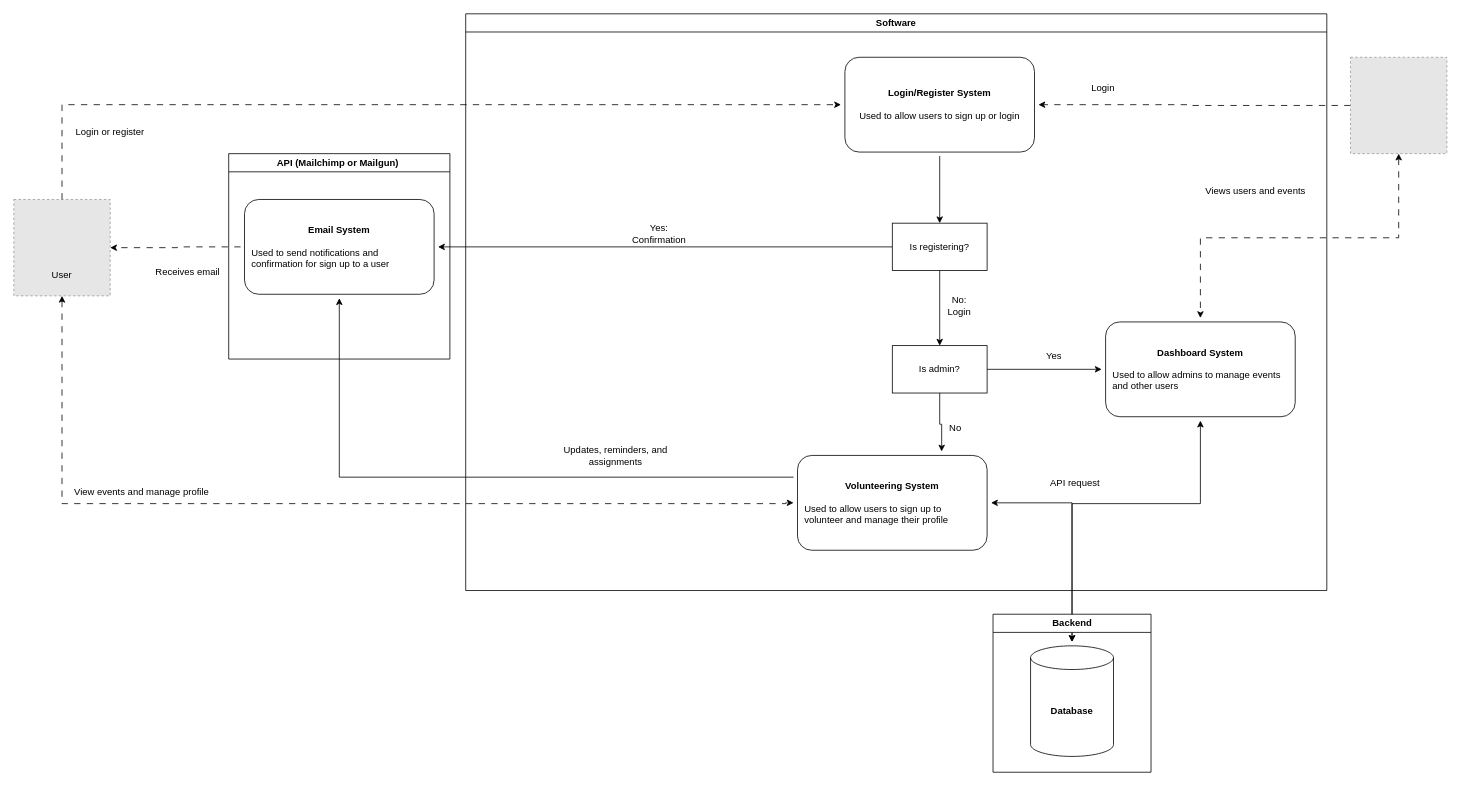
Before: COSC4353.drawio in grapejuices/COSC4353-Group30, a draw.io diagram. Source tidied: cells renumbered, new cells numbered last; positions are measured from the earlier drawing's top-left corner, leaving out a move shared by most shapes. Both pictures are drawn from the tidied source at 79%, with x=0, y=0 at pixel (13, 13). Pictures stored in the file or linked from it are replaced by grey dashed boxes.
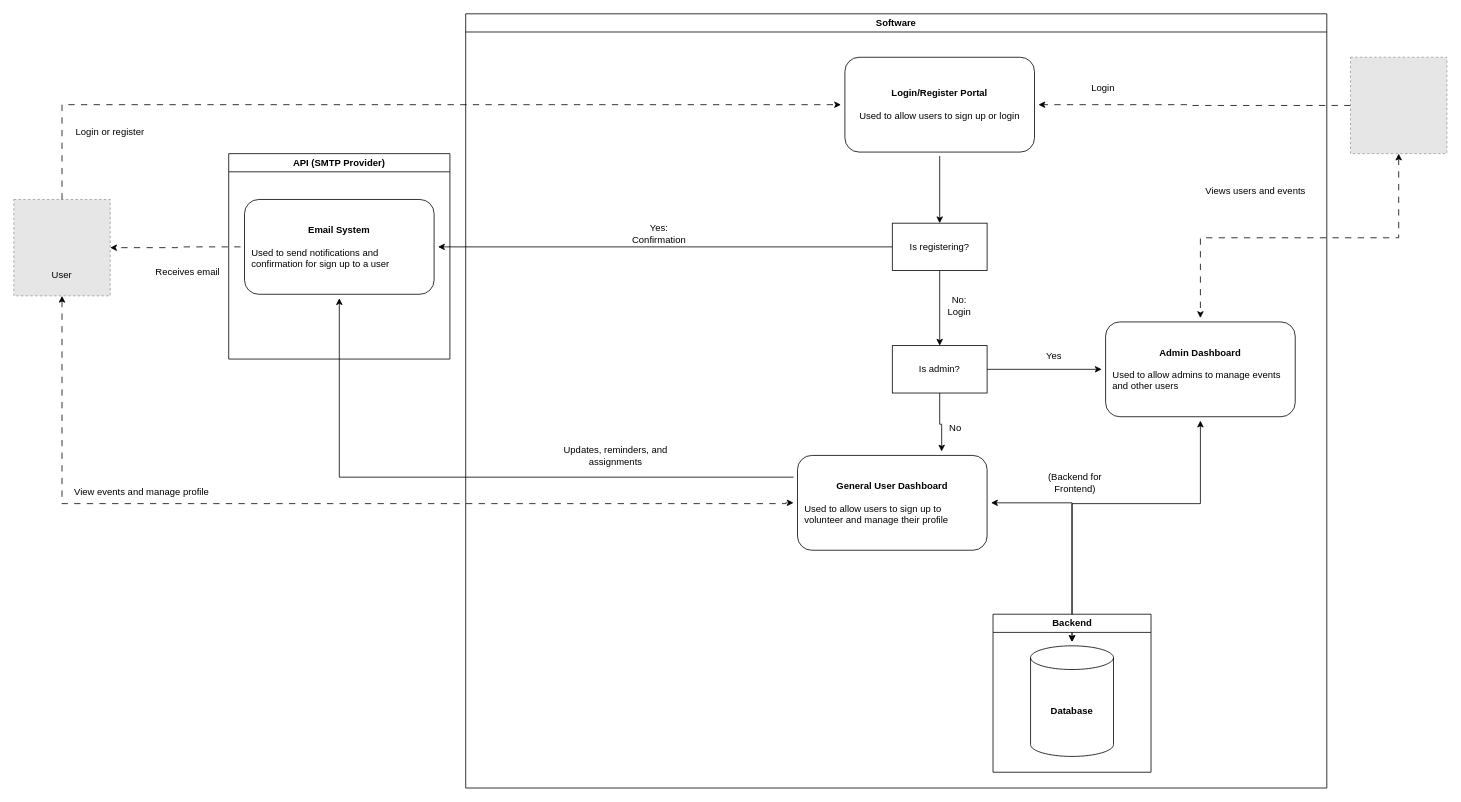
After the change.

Unchanged cells that the change refers to:
```xml
<mxCell id="15" style="group;" parent="13" vertex="1">
  <mxGeometry x="480" y="55" width="421.5" height="120" as="geometry" />
</mxCell>
```

What changed in the source:
```diff
@@
     <mxCell id="13" value="Software" style="swimlane;whiteSpace=wrap;html=1;" parent="1" vertex="1">
-      <mxGeometry x="572" width="1090" height="730" as="geometry" />
+      <mxGeometry x="572" width="1090" height="980" as="geometry" />
     </mxCell>
-    <mxCell id="14" value="&lt;b&gt;Dashboard System&lt;/b&gt;&lt;div&gt;&lt;br&gt;&lt;/div&gt;&lt;div style=&quot;text-align: left;&quot;&gt;Used to allow admins to manage events and other users&amp;nbsp;&lt;/div&gt;" style="whiteSpace=wrap;html=1;perimeterSpacing=5;rounded=1;spacingTop=0;spacing=10;strokeColor=default;" parent="13" vertex="1">
+    <mxCell id="14" value="&lt;b&gt;Admin Dashboard&lt;/b&gt;&lt;br&gt;&lt;div&gt;&lt;br&gt;&lt;/div&gt;&lt;div style=&quot;text-align: left;&quot;&gt;Used to allow admins to manage events and other users&amp;nbsp;&lt;/div&gt;" style="whiteSpace=wrap;html=1;perimeterSpacing=5;rounded=1;spacingTop=0;spacing=10;strokeColor=default;" parent="13" vertex="1">
       <mxGeometry x="810" y="390" width="240" height="120" as="geometry" />
     </mxCell>
@@
-    <mxCell id="16" value="&lt;b&gt;Login/Register System&lt;/b&gt;&lt;div&gt;&lt;br&gt;&lt;/div&gt;&lt;div style=&quot;text-align: left;&quot;&gt;Used to allow users to sign up or login&lt;/div&gt;" style="whiteSpace=wrap;html=1;spacing=10;rounded=1;perimeterSpacing=5;" parent="15" vertex="1">
+    <mxCell id="16" value="&lt;b&gt;Login/Register Portal&lt;/b&gt;&lt;div&gt;&lt;br&gt;&lt;/div&gt;&lt;div style=&quot;text-align: left;&quot;&gt;Used to allow users to sign up or login&lt;/div&gt;" style="whiteSpace=wrap;html=1;spacing=10;rounded=1;perimeterSpacing=5;" parent="15" vertex="1">
       <mxGeometry width="240" height="120" as="geometry" />
     </mxCell>
@@
-    <mxCell id="18" value="&lt;div style=&quot;&quot;&gt;&lt;span style=&quot;background-color: transparent; color: light-dark(rgb(0, 0, 0), rgb(255, 255, 255));&quot;&gt;&lt;b&gt;Volunteering System&lt;/b&gt;&lt;/span&gt;&lt;/div&gt;&lt;div style=&quot;&quot;&gt;&lt;br&gt;&lt;/div&gt;&lt;div style=&quot;text-align: left;&quot;&gt;Used to allow users to sign up to volunteer and manage their profile&amp;nbsp;&lt;/div&gt;" style="whiteSpace=wrap;html=1;perimeterSpacing=5;rounded=1;spacingTop=0;spacing=10;" parent="13" vertex="1">
+    <mxCell id="18" value="&lt;div style=&quot;&quot;&gt;&lt;b&gt;General User Dashboard&lt;/b&gt;&lt;/div&gt;&lt;div style=&quot;&quot;&gt;&lt;br&gt;&lt;/div&gt;&lt;div style=&quot;text-align: left;&quot;&gt;Used to allow users to sign up to volunteer and manage their profile&amp;nbsp;&lt;/div&gt;" style="whiteSpace=wrap;html=1;perimeterSpacing=5;rounded=1;spacingTop=0;spacing=10;" parent="13" vertex="1">
       <mxGeometry x="420" y="559" width="240" height="120" as="geometry" />
     </mxCell>
@@
-    <mxCell id="31" value="API request" style="text;html=1;align=center;verticalAlign=middle;whiteSpace=wrap;rounded=0;" parent="13" vertex="1">
+    <mxCell id="31" value="(Backend for Frontend)" style="text;html=1;align=center;verticalAlign=middle;whiteSpace=wrap;rounded=0;" parent="13" vertex="1">
       <mxGeometry x="710" y="559" width="123" height="70" as="geometry" />
     </mxCell>
@@
-    <mxCell id="41" value="API (Mailchimp or Mailgun)&amp;nbsp;" style="swimlane;whiteSpace=wrap;html=1;" parent="1" vertex="1">
+    <mxCell id="41" value="API (SMTP Provider)" style="swimlane;whiteSpace=wrap;html=1;" parent="1" vertex="1">
       <mxGeometry x="272" y="177" width="280" height="260" as="geometry" />
     </mxCell>
```
